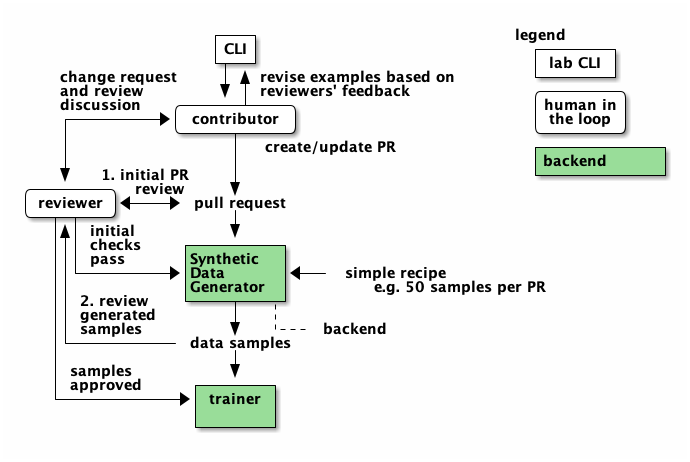
Before: docs/review-process.png, a diagram exported from PlantUML (instructlab/taxonomy). Its source is kept beside it as docs/review-process.puml.
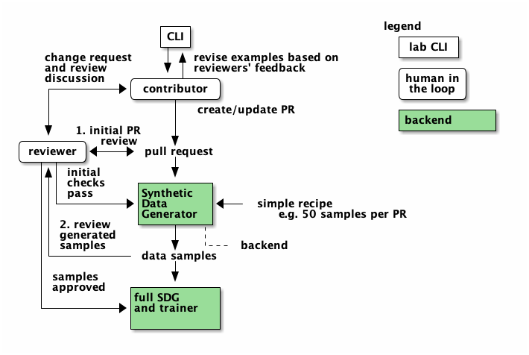
Above is the later version.

Commit message:
docs: improve label

Change to the diagram source:
```diff
@@ -24,8 +24,9 @@
    |+-----------data samples
    |                 |
    | samples         v
-   | approved    +-------+
-   +------------>|trainer|
-                 |   cGRE|
-                 +-------+
+   | approved  +-----------+
+   |           |full SDG   |
+   +---------->|and trainer|
+               |       cGRE|
+               +-----------+
 @endditaa
```
